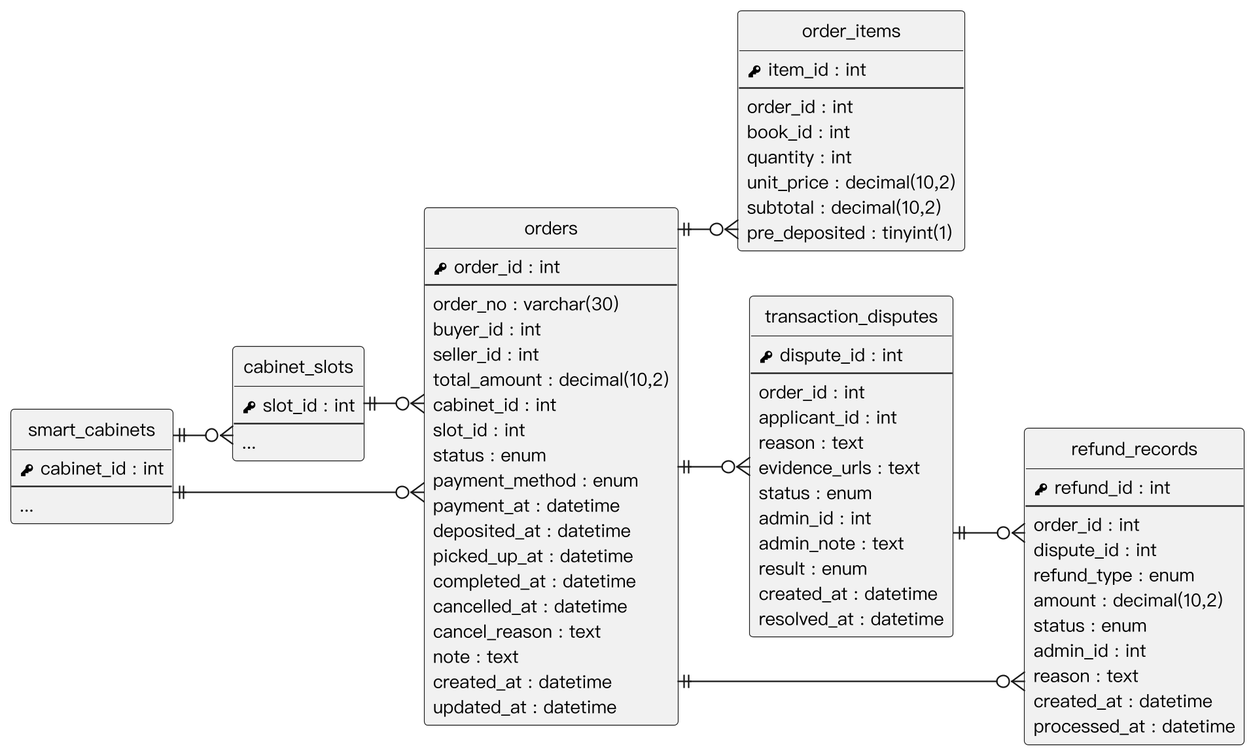
Earlier version of the PlantUML export Diagrams/Relational Tables/v3/er_orders.png (SaveMyBook/SaveMyBook).
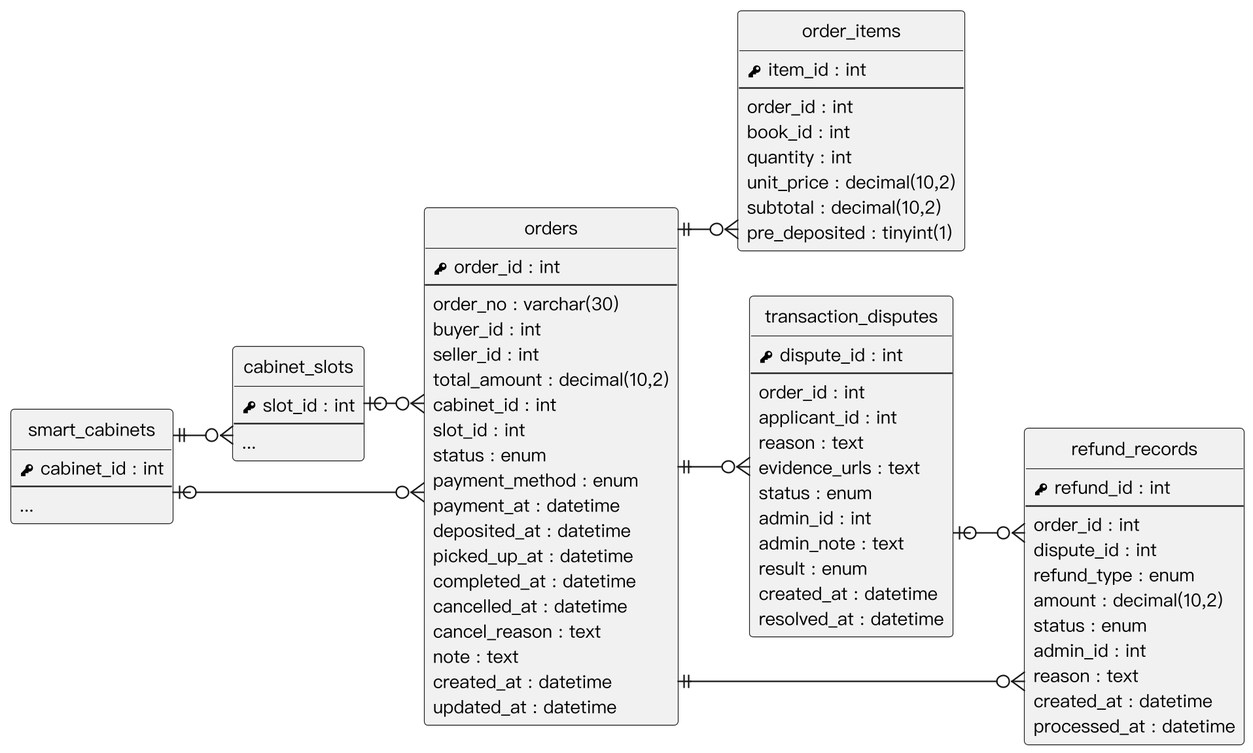
Later version of the same file.

What changed in the source:
```diff
@@ -80,10 +80,10 @@
   {field} processed_at : datetime
 }
 smart_cabinets ||--o{ cabinet_slots
-smart_cabinets ||--o{ orders
-cabinet_slots ||--o{ orders
+smart_cabinets |o--o{ orders
+cabinet_slots |o--o{ orders
 orders ||--o{ order_items
 orders ||--o{ transaction_disputes
-transaction_disputes ||--o{ refund_records
+transaction_disputes |o--o{ refund_records
 orders ||--o{ refund_records
 @enduml
```
